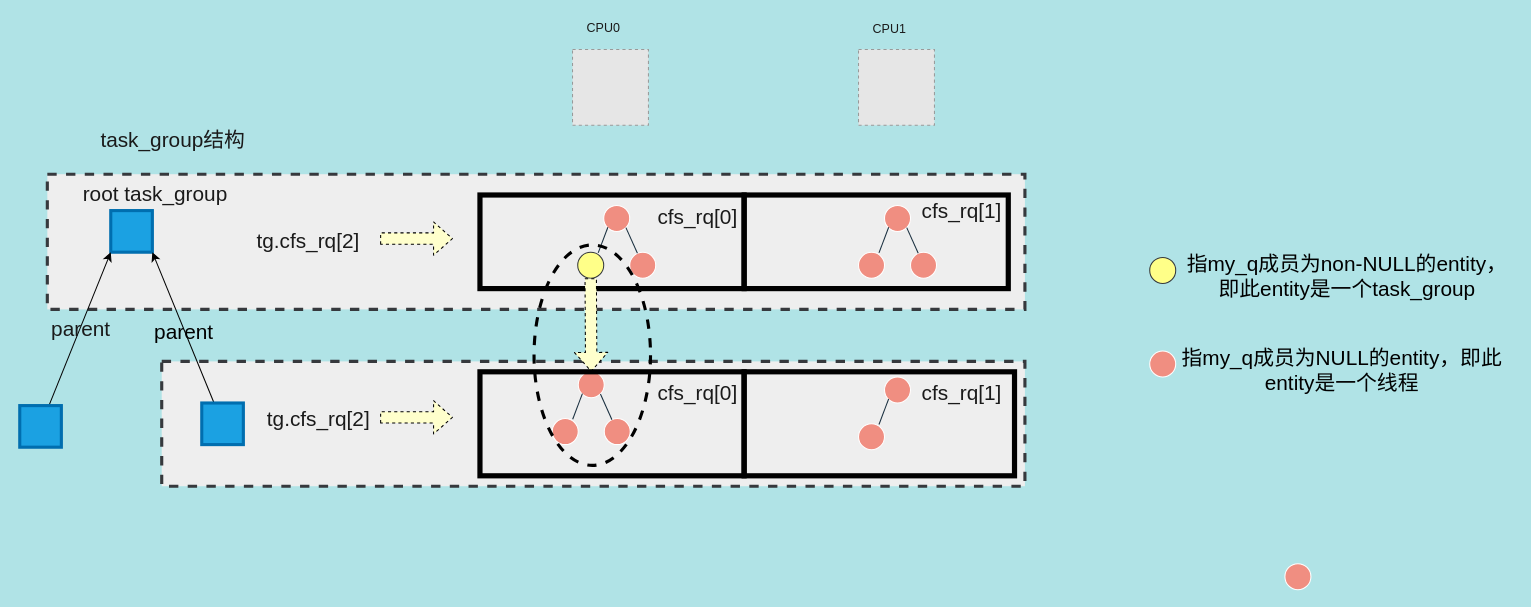
This is task_group.drawio from YanfeiXu/LinuxerYann, a draw.io file, before an edit. Source tidied: cells renumbered, new cells numbered last; positions are measured from the earlier drawing's top-left corner, leaving out a move shared by most shapes. Both pictures are drawn from the tidied source at 104%, with x=0, y=0 at pixel (20, 18). Pictures stored in the file or linked from it are replaced by grey dashed boxes.
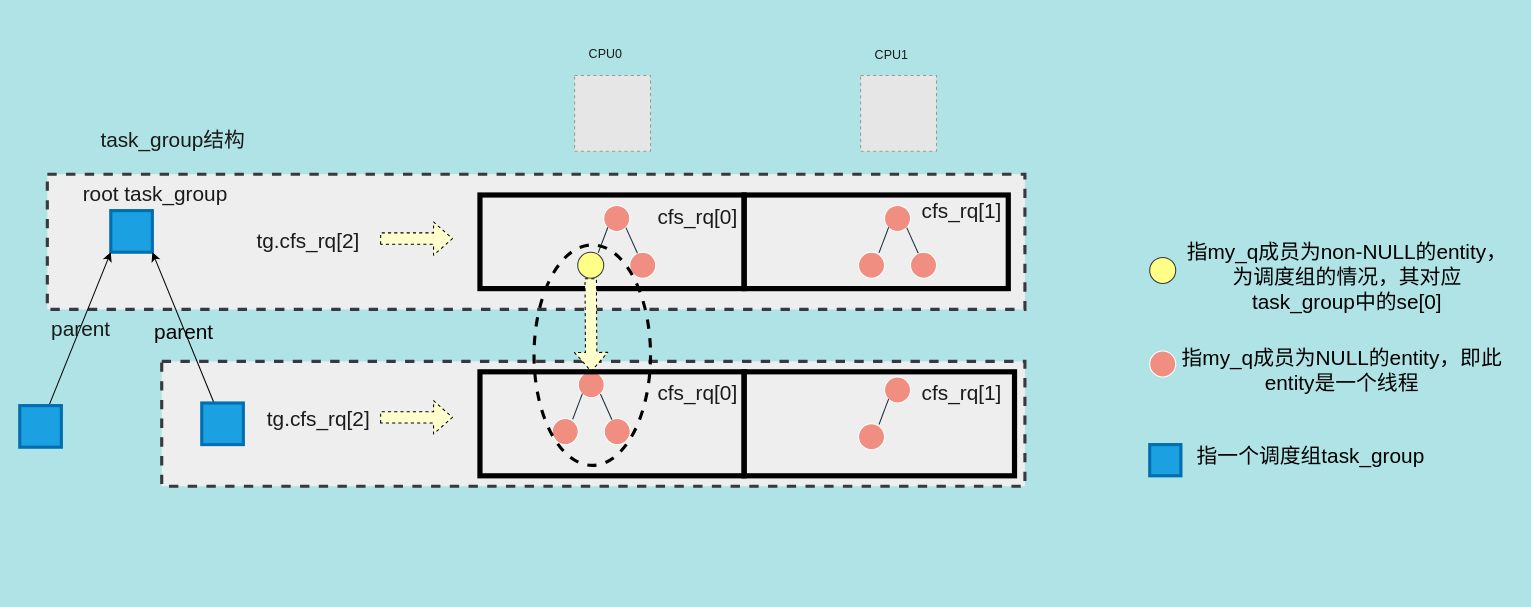
The same page after the edit.

Change to the diagram source:
```diff
@@
-    <mxCell id="11" style="ellipse;whiteSpace=wrap;html=1;rounded=0;sketch=0;fontColor=#1A1A1A;strokeColor=#FFFFFF;fillColor=#F08E81;" parent="1" vertex="1">
-      <mxGeometry x="1216" y="524.5" width="25" height="25" as="geometry" />
-    </mxCell>
@@
     <mxCell id="27" style="fillColor=#E6E6E6;strokeColor=#999999;dashed=1;html=1;verticalAlign=top;verticalLabelPosition=bottom;labelBackgroundColor=#ffffff;fontColor=#1A1A1A;" parent="1" vertex="1">
-      <mxGeometry x="531" y="30" width="73" height="73" as="geometry" />
+      <mxGeometry x="533" y="55" width="73" height="73" as="geometry" />
     </mxCell>
     <mxCell id="28" style="fillColor=#E6E6E6;strokeColor=#999999;dashed=1;html=1;verticalAlign=top;verticalLabelPosition=bottom;labelBackgroundColor=#ffffff;fontColor=#1A1A1A;" parent="1" vertex="1">
-      <mxGeometry x="806" y="30" width="73" height="73" as="geometry" />
+      <mxGeometry x="808" y="55" width="73" height="73" as="geometry" />
     </mxCell>
@@
     <mxCell id="30" value="CPU0" style="text;html=1;strokeColor=none;fillColor=none;align=center;verticalAlign=middle;whiteSpace=wrap;rounded=0;sketch=0;fontColor=#1A1A1A;" parent="1" vertex="1">
-      <mxGeometry x="541" width="40" height="20" as="geometry" />
+      <mxGeometry x="543" y="25" width="40" height="20" as="geometry" />
     </mxCell>
     <mxCell id="31" value="CPU1" style="text;html=1;strokeColor=none;fillColor=none;align=center;verticalAlign=middle;whiteSpace=wrap;rounded=0;sketch=0;fontColor=#1A1A1A;" parent="1" vertex="1">
-      <mxGeometry x="816" y="10" width="40" as="geometry" />
+      <mxGeometry x="818" y="35" width="40" as="geometry" />
     </mxCell>
@@
-    <mxCell id="53" value="指my_q成员为non-NULL的entity，即此entity是一个task_group" style="text;html=1;strokeColor=none;fillColor=none;align=center;verticalAlign=middle;whiteSpace=wrap;rounded=0;dashed=1;labelBackgroundColor=none;sketch=0;fontSize=20;fontColor=#000000;" parent="1" vertex="1">
+    <mxCell id="53" value="指my_q成员为non-NULL的entity，为调度组的情况，其对应task_group中的se[0]" style="text;html=1;strokeColor=none;fillColor=none;align=center;verticalAlign=middle;whiteSpace=wrap;rounded=0;dashed=1;labelBackgroundColor=none;sketch=0;fontSize=20;fontColor=#000000;" parent="1" vertex="1">
       <mxGeometry x="1116" y="245" width="320" height="5" as="geometry" />
     </mxCell>
@@
+    <mxCell id="56" style="whiteSpace=wrap;html=1;rounded=0;sketch=0;fontSize=20;strokeColor=#006EAF;strokeWidth=3;fillColor=#1ba1e2;fontColor=#ffffff;" parent="1" vertex="1">
+      <mxGeometry x="1086" y="410" width="30" height="30" as="geometry" />
+    </mxCell>
+    <mxCell id="57" value="指一个调度组task_group" style="text;html=1;strokeColor=none;fillColor=none;align=center;verticalAlign=middle;whiteSpace=wrap;rounded=0;dashed=1;labelBackgroundColor=none;sketch=0;fontSize=20;fontColor=#000000;" parent="1" vertex="1">
+      <mxGeometry x="1086" y="390" width="310" height="60" as="geometry" />
+    </mxCell>
```
